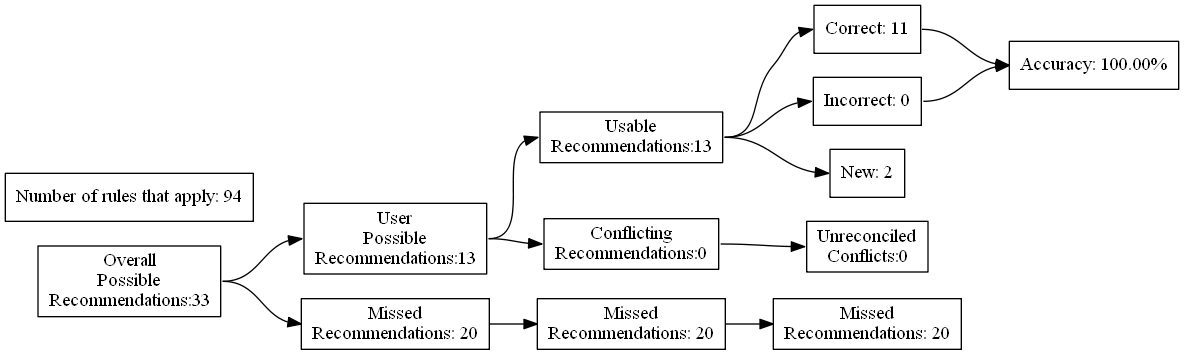
ZaxR/ibd_diet_analysis keeps this Graphviz diagram as test_renders/88.gv.png. Above is the earlier version. Its source is kept beside it as test_renders/88.gv.
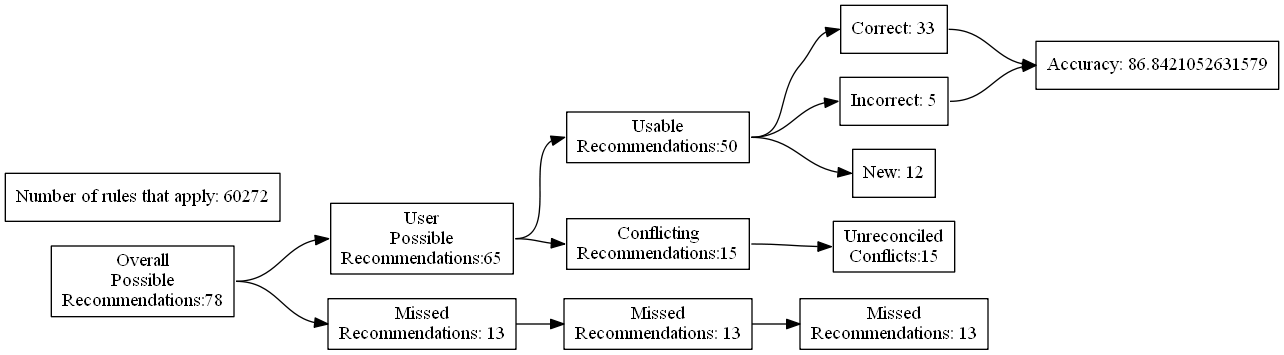
After the commit.

What changed in the source:
```diff
@@ -4,27 +4,27 @@
 	edge [headport=w tailport=e]
 		A [label="Overall
 Possible
-Recommendations:33"]
+Recommendations:78"]
 		B [label="User
 Possible
-Recommendations:13"]
+Recommendations:65"]
 		C [label="Missed
-Recommendations: 20"]
+Recommendations: 13"]
 		D [label="Usable
-Recommendations:13"]
+Recommendations:50"]
 		E [label="Conflicting
-Recommendations:0"]
+Recommendations:15"]
 		J [label="Missed
-Recommendations: 20"]
+Recommendations: 13"]
 		M [label="Unreconciled
-Conflicts:0"]
-		F [label="Correct: 11"]
-		G [label="Incorrect: 0"]
-		H [label="New: 2"]
+Conflicts:15"]
+		F [label="Correct: 33"]
+		G [label="Incorrect: 5"]
+		H [label="New: 12"]
 		K [label="Missed
-Recommendations: 20"]
-		I [label="Accuracy: 100.00%"]
-		l [label="Number of rules that apply: 94"]
+Recommendations: 13"]
+		I [label="Accuracy: 86.8421052631579"]
+		l [label="Number of rules that apply: 60272"]
 			A -> B
 			A -> C
 			B -> D
```
